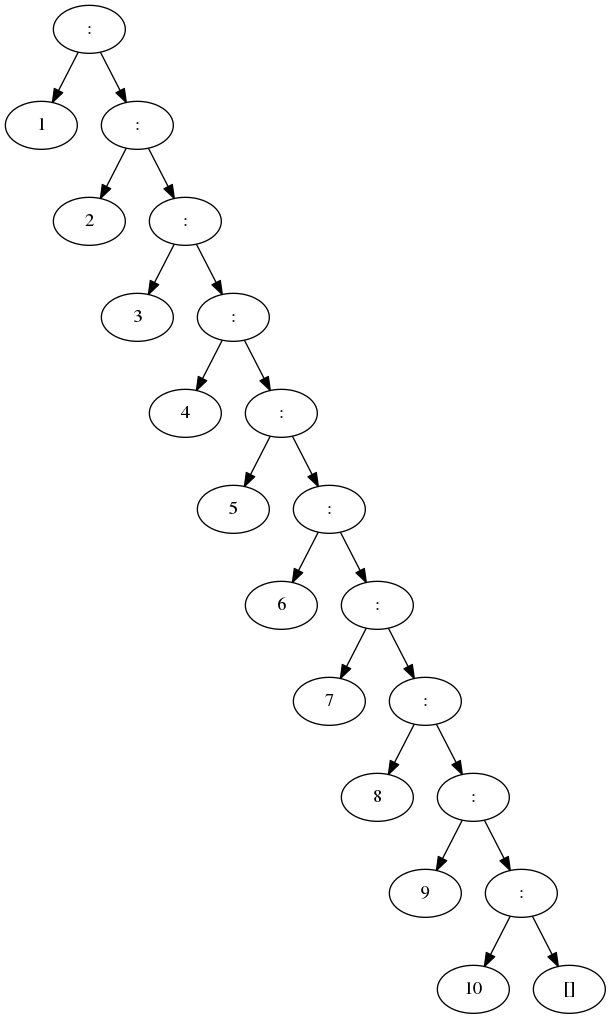
This is hw4/tree.png from craynafinal/cs557-functional-languages, a Graphviz export, as it was before one commit. Its source is kept beside it as hw4/tree.dot.
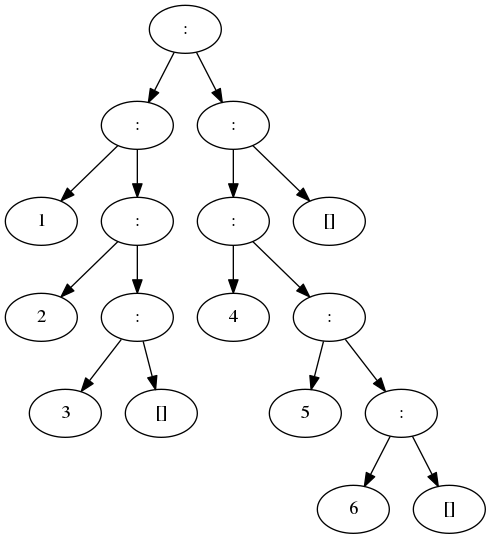
After the commit.

What changed in the source:
```diff
@@ -1,43 +1,35 @@
 digraph tree {
 "[]" [label=":"];
 "[]" -> "[1]";
-"[1]" [label="1"];
+"[1]" [label=":"];
+"[1]" -> "[1,1]";
+"[1,1]" [label="1"];
+"[1]" -> "[2,1]";
+"[2,1]" [label=":"];
+"[2,1]" -> "[1,2,1]";
+"[1,2,1]" [label="2"];
+"[2,1]" -> "[2,2,1]";
+"[2,2,1]" [label=":"];
+"[2,2,1]" -> "[1,2,2,1]";
+"[1,2,2,1]" [label="3"];
+"[2,2,1]" -> "[2,2,2,1]";
+"[2,2,2,1]" [label="[]"];
 "[]" -> "[2]";
 "[2]" [label=":"];
 "[2]" -> "[1,2]";
-"[1,2]" [label="2"];
+"[1,2]" [label=":"];
+"[1,2]" -> "[1,1,2]";
+"[1,1,2]" [label="4"];
+"[1,2]" -> "[2,1,2]";
+"[2,1,2]" [label=":"];
+"[2,1,2]" -> "[1,2,1,2]";
+"[1,2,1,2]" [label="5"];
+"[2,1,2]" -> "[2,2,1,2]";
+"[2,2,1,2]" [label=":"];
+"[2,2,1,2]" -> "[1,2,2,1,2]";
+"[1,2,2,1,2]" [label="6"];
+"[2,2,1,2]" -> "[2,2,2,1,2]";
+"[2,2,2,1,2]" [label="[]"];
 "[2]" -> "[2,2]";
-"[2,2]" [label=":"];
-"[2,2]" -> "[1,2,2]";
-"[1,2,2]" [label="3"];
-"[2,2]" -> "[2,2,2]";
-"[2,2,2]" [label=":"];
-"[2,2,2]" -> "[1,2,2,2]";
-"[1,2,2,2]" [label="4"];
-"[2,2,2]" -> "[2,2,2,2]";
-"[2,2,2,2]" [label=":"];
-"[2,2,2,2]" -> "[1,2,2,2,2]";
-"[1,2,2,2,2]" [label="5"];
-"[2,2,2,2]" -> "[2,2,2,2,2]";
-"[2,2,2,2,2]" [label=":"];
-"[2,2,2,2,2]" -> "[1,2,2,2,2,2]";
-"[1,2,2,2,2,2]" [label="6"];
-"[2,2,2,2,2]" -> "[2,2,2,2,2,2]";
-"[2,2,2,2,2,2]" [label=":"];
-"[2,2,2,2,2,2]" -> "[1,2,2,2,2,2,2]";
-"[1,2,2,2,2,2,2]" [label="7"];
-"[2,2,2,2,2,2]" -> "[2,2,2,2,2,2,2]";
-"[2,2,2,2,2,2,2]" [label=":"];
-"[2,2,2,2,2,2,2]" -> "[1,2,2,2,2,2,2,2]";
-"[1,2,2,2,2,2,2,2]" [label="8"];
-"[2,2,2,2,2,2,2]" -> "[2,2,2,2,2,2,2,2]";
-"[2,2,2,2,2,2,2,2]" [label=":"];
-"[2,2,2,2,2,2,2,2]" -> "[1,2,2,2,2,2,2,2,2]";
-"[1,2,2,2,2,2,2,2,2]" [label="9"];
-"[2,2,2,2,2,2,2,2]" -> "[2,2,2,2,2,2,2,2,2]";
-"[2,2,2,2,2,2,2,2,2]" [label=":"];
-"[2,2,2,2,2,2,2,2,2]" -> "[1,2,2,2,2,2,2,2,2,2]";
-"[1,2,2,2,2,2,2,2,2,2]" [label="10"];
-"[2,2,2,2,2,2,2,2,2]" -> "[2,2,2,2,2,2,2,2,2,2]";
-"[2,2,2,2,2,2,2,2,2,2]" [label="[]"];
+"[2,2]" [label="[]"];
 }
```
